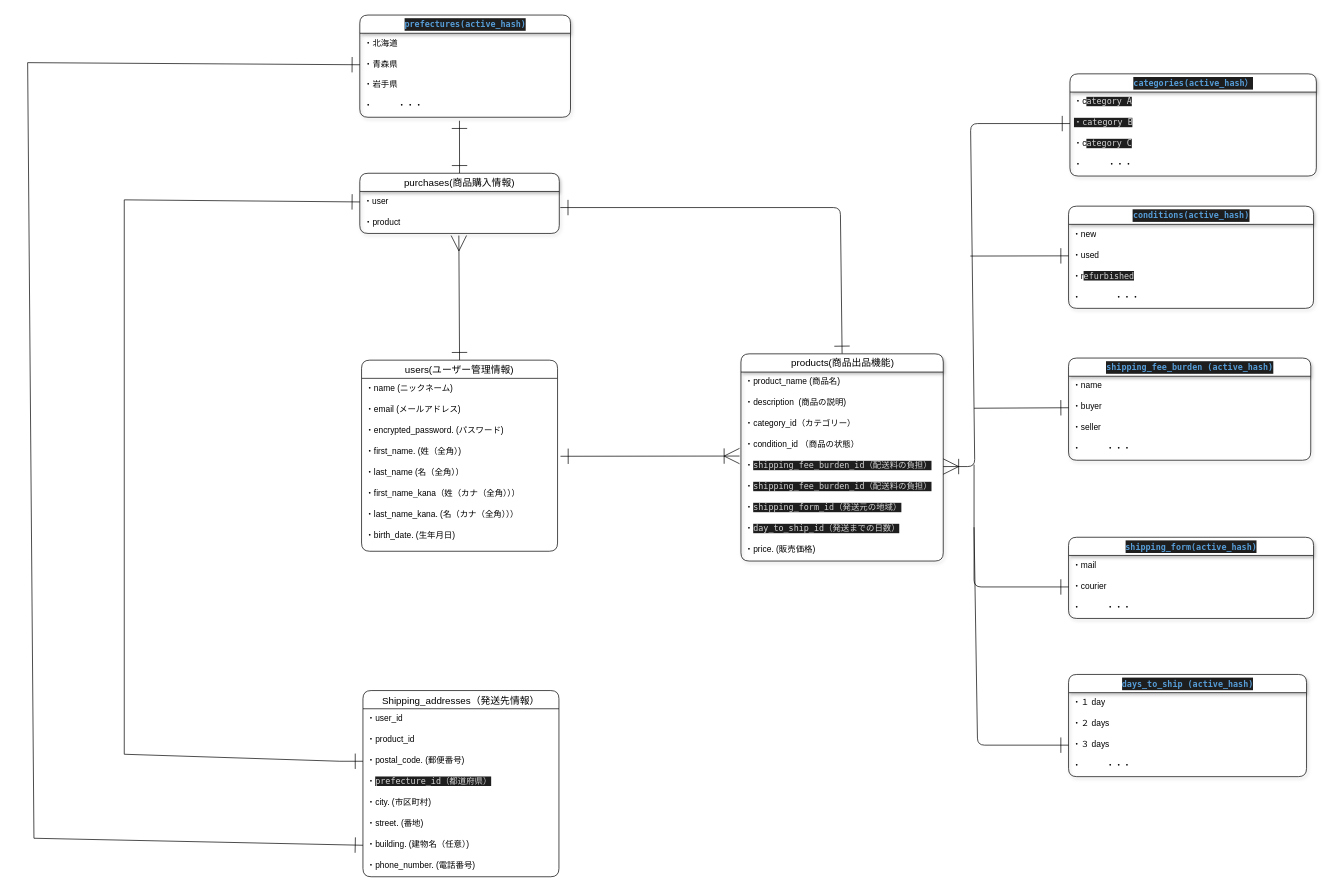
Earlier version of the draw.io diagram .dio (yoshi19841116/furima-39202). Source tidied: cells renumbered, new cells numbered last; positions are measured from the earlier drawing's top-left corner, leaving out a move shared by most shapes. Both pictures are drawn from the tidied source at 70%, with x=0, y=0 at pixel (27, 15).
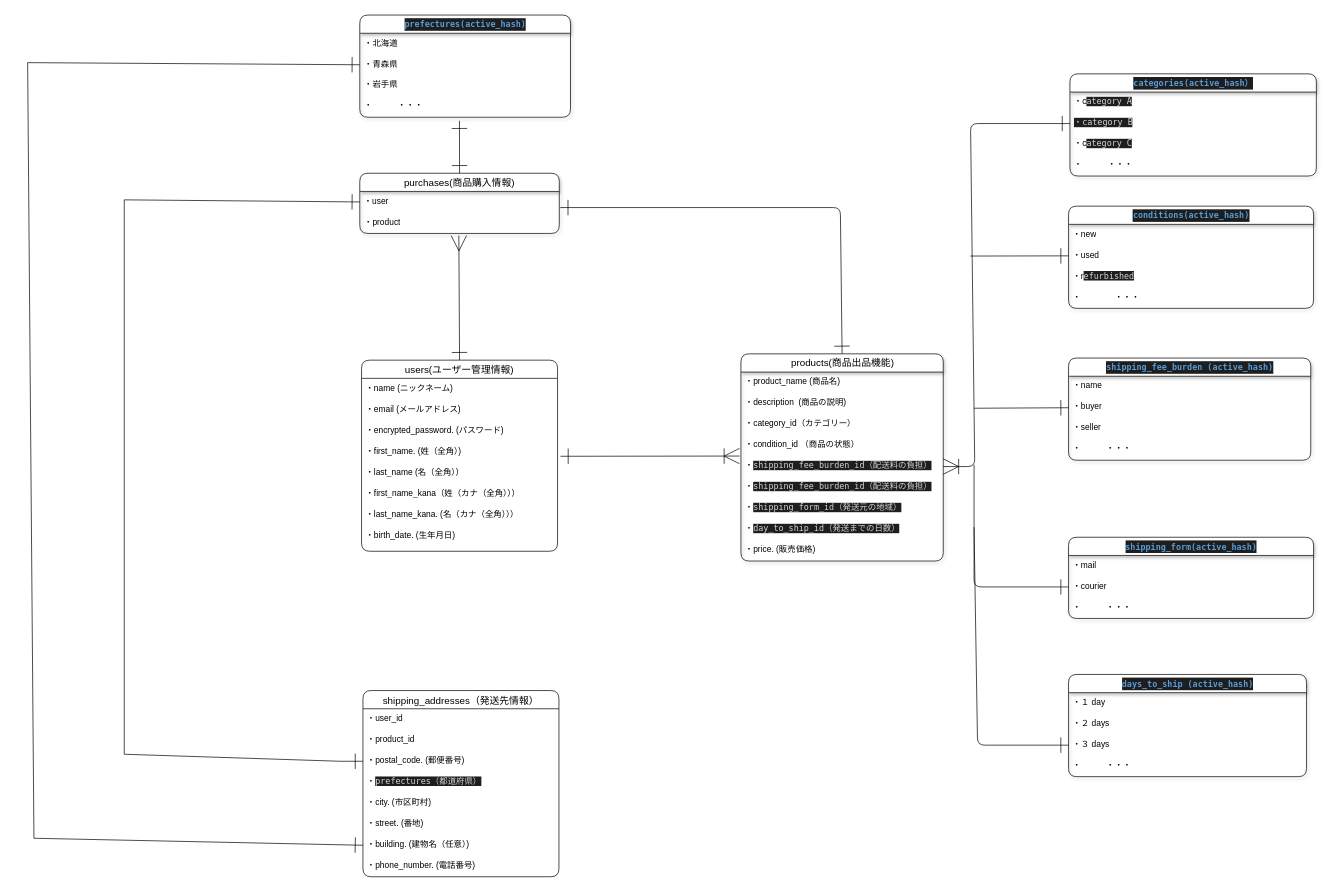
The same page after the edit.

Commit message (it also covers changes not shown here):
データベース設計の修正５

The edit, as a diff of the source:
```diff
@@
-    <mxCell id="16" value="Shipping_addresses（発送先情報）" style="swimlane;fontStyle=0;horizontal=1;startSize=26;align=center;fontSize=14;rounded=1;" parent="1" vertex="1">
+    <mxCell id="16" value="shipping_addresses（発送先情報）" style="swimlane;fontStyle=0;horizontal=1;startSize=26;align=center;fontSize=14;rounded=1;" parent="1" vertex="1">
       <mxGeometry x="479" y="965" width="280" height="266" as="geometry" />
     </mxCell>
@@
-    <mxCell id="20" value="・&lt;span style=&quot;background-color: rgb(30, 30, 30); color: rgb(212, 212, 212); font-family: Menlo, Monaco, &amp;quot;Courier New&amp;quot;, monospace;&quot;&gt;prefecture_id（都道府県）&lt;/span&gt;" style="text;strokeColor=none;fillColor=none;spacingLeft=4;spacingRight=4;overflow=hidden;fontSize=12;shadow=1;html=1;rounded=1;" parent="16" vertex="1">
+    <mxCell id="20" value="・&lt;span style=&quot;background-color: rgb(30, 30, 30); color: rgb(212, 212, 212); font-family: Menlo, Monaco, &amp;quot;Courier New&amp;quot;, monospace;&quot;&gt;prefectures（都道府県）&lt;/span&gt;" style="text;strokeColor=none;fillColor=none;spacingLeft=4;spacingRight=4;overflow=hidden;fontSize=12;shadow=1;html=1;rounded=1;" parent="16" vertex="1">
       <mxGeometry y="116" width="280" height="30" as="geometry" />
     </mxCell>
```
